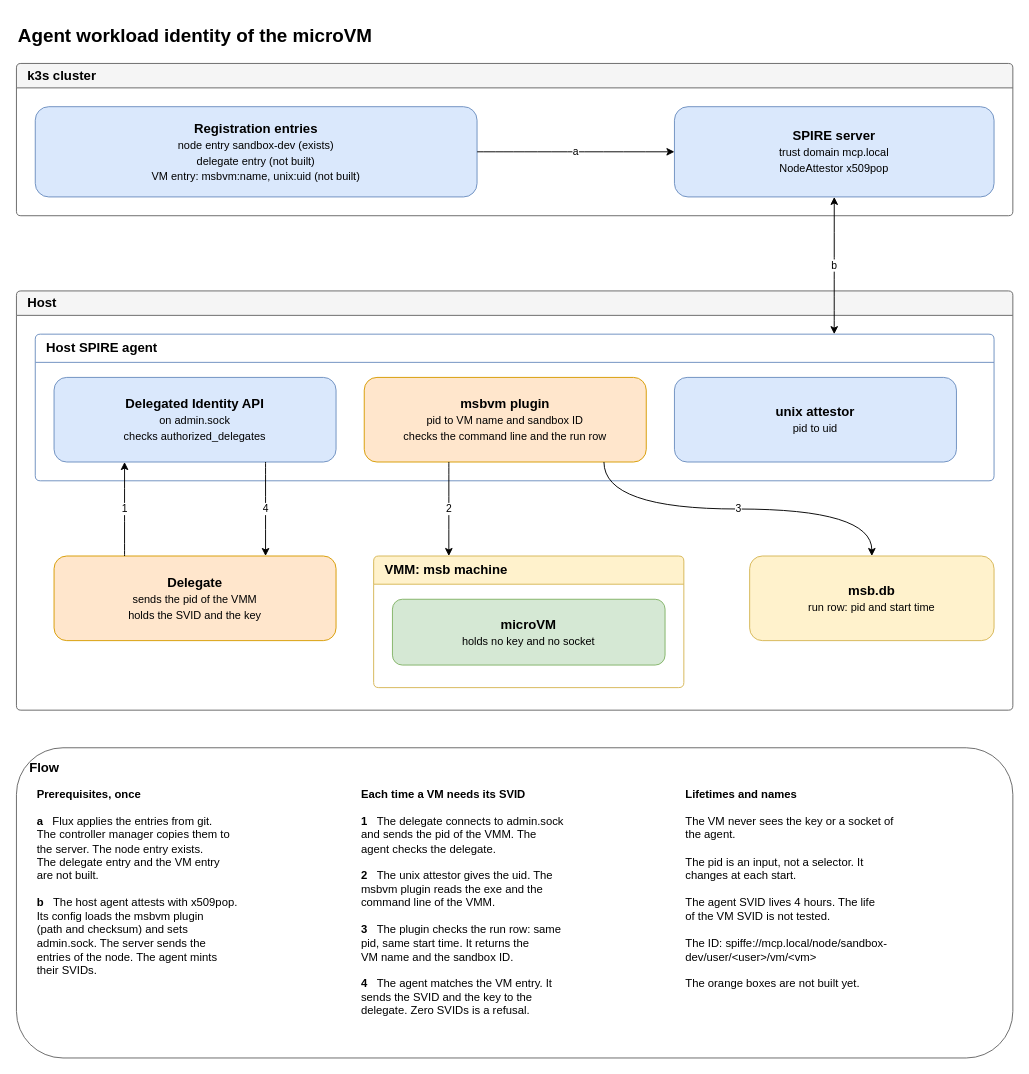
raghav19/engineersdaybook keeps this draw.io diagram as code/agent-workload-identity/docs/diagrams/agent-workload-identity.drawio. Above is the earlier version. Source tidied: cells renumbered, new cells numbered last; positions are measured from the earlier drawing's top-left corner, leaving out a move shared by most shapes. Both pictures are drawn from the tidied source at 94%, with x=0, y=0 at pixel (16, 16).
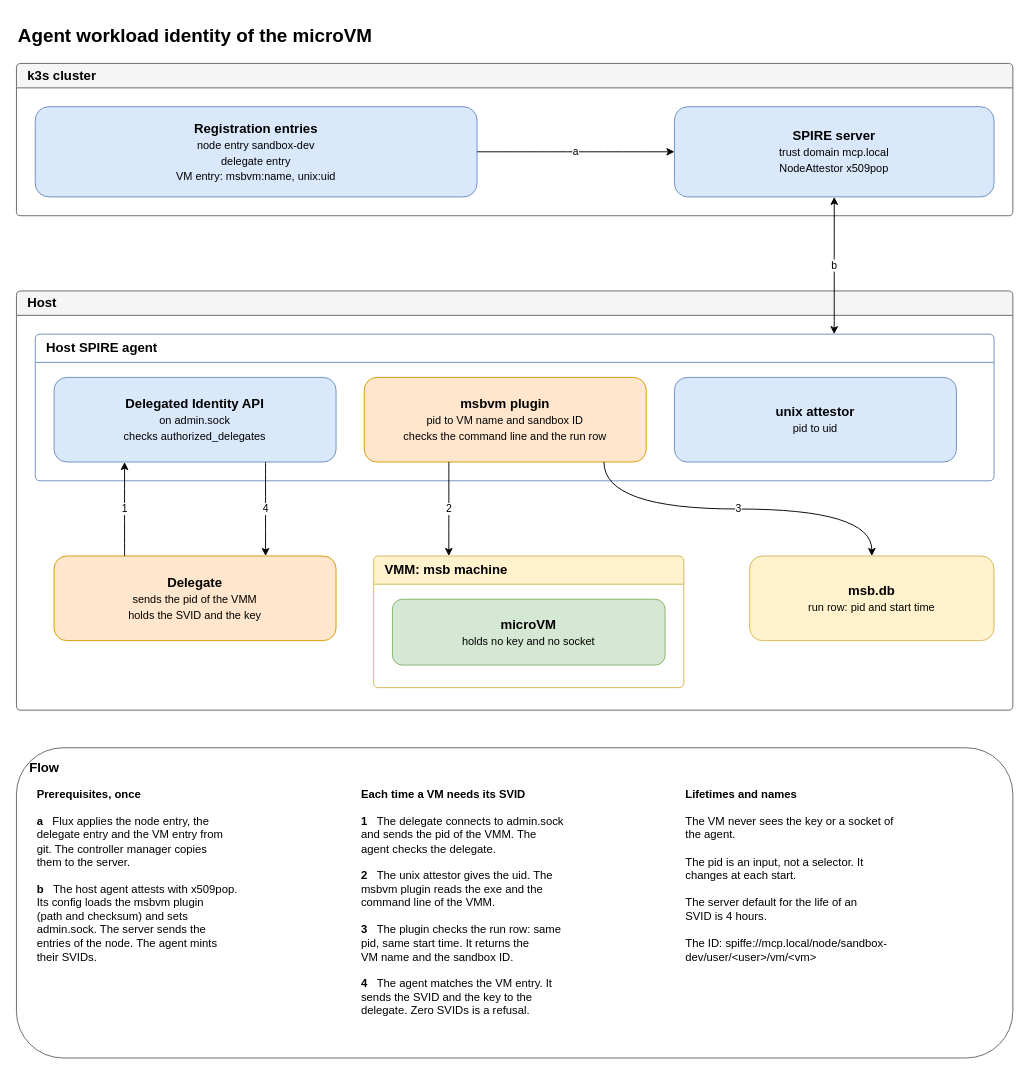
The same page after the edit.

Commit message (it also covers changes not shown here):
docs: show only the end state in the agent workload identity diagram

The change refers to these unchanged cells:
```xml
<mxCell id="3" value="k3s cluster" style="swimlane;rounded=1;arcSize=6;startSize=26;fillColor=#f5f5f5;strokeColor=#666666;fontSize=14;html=1;align=left;spacingLeft=10;" parent="1" vertex="1">
  <mxGeometry y="50" width="1060" height="162" as="geometry" />
</mxCell>
```

The edit, as a diff of the source:
```diff
@@
-    <mxCell id="4" value="&lt;b&gt;Registration entries&lt;/b&gt;&lt;br&gt;&lt;small&gt;node entry sandbox-dev (exists)&lt;/small&gt;&lt;br&gt;&lt;small&gt;delegate entry (not built)&lt;/small&gt;&lt;br&gt;&lt;small&gt;VM entry: msbvm:name, unix:uid (not built)&lt;/small&gt;" style="rounded=1;whiteSpace=wrap;html=1;fontSize=14;fillColor=#dae8fc;strokeColor=#6c8ebf;" parent="3" vertex="1">
+    <mxCell id="4" value="&lt;b&gt;Registration entries&lt;/b&gt;&lt;br&gt;&lt;small&gt;node entry sandbox-dev&lt;/small&gt;&lt;br&gt;&lt;small&gt;delegate entry&lt;/small&gt;&lt;br&gt;&lt;small&gt;VM entry: msbvm:name, unix:uid&lt;/small&gt;" style="rounded=1;whiteSpace=wrap;html=1;fontSize=14;fillColor=#dae8fc;strokeColor=#6c8ebf;" parent="3" vertex="1">
       <mxGeometry x="20" y="46" width="470" height="96" as="geometry" />
     </mxCell>
@@
-    <mxCell id="22" value="&lt;b&gt;Prerequisites, once&lt;/b&gt;&lt;br&gt;&lt;br&gt;&lt;b&gt;a&lt;/b&gt;&amp;nbsp;&amp;nbsp;&amp;nbsp;Flux applies the entries from git.&lt;br&gt;The controller manager copies them to&lt;br&gt;the server. The node entry exists.&lt;br&gt;The delegate entry and the VM entry&lt;br&gt;are not built.&lt;br&gt;&lt;br&gt;&lt;b&gt;b&lt;/b&gt;&amp;nbsp;&amp;nbsp;&amp;nbsp;The host agent attests with x509pop.&lt;br&gt;Its config loads the msbvm plugin&lt;br&gt;(path and checksum) and sets&lt;br&gt;admin.sock. The server sends the&lt;br&gt;entries of the node. The agent mints&lt;br&gt;their SVIDs.&lt;br&gt;&lt;br&gt;" style="text;html=1;whiteSpace=wrap;align=left;verticalAlign=top;fontSize=12;" parent="1" vertex="1">
+    <mxCell id="22" value="&lt;b&gt;Prerequisites, once&lt;/b&gt;&lt;br&gt;&lt;br&gt;&lt;b&gt;a&lt;/b&gt;&amp;nbsp;&amp;nbsp;&amp;nbsp;Flux applies the node entry, the&lt;br&gt;delegate entry and the VM entry from&lt;br&gt;git. The controller manager copies&lt;br&gt;them to the server.&lt;br&gt;&lt;br&gt;&lt;b&gt;b&lt;/b&gt;&amp;nbsp;&amp;nbsp;&amp;nbsp;The host agent attests with x509pop.&lt;br&gt;Its config loads the msbvm plugin&lt;br&gt;(path and checksum) and sets&lt;br&gt;admin.sock. The server sends the&lt;br&gt;entries of the node. The agent mints&lt;br&gt;their SVIDs.&lt;br&gt;&lt;br&gt;" style="text;html=1;whiteSpace=wrap;align=left;verticalAlign=top;fontSize=12;" parent="1" vertex="1">
       <mxGeometry x="20" y="814" width="320" height="284" as="geometry" />
     </mxCell>
@@
-    <mxCell id="24" value="&lt;b&gt;Lifetimes and names&lt;/b&gt;&lt;br&gt;&lt;br&gt;The VM never sees the key or a socket of&lt;br&gt;the agent.&lt;br&gt;&lt;br&gt;The pid is an input, not a selector. It&lt;br&gt;changes at each start.&lt;br&gt;&lt;br&gt;The agent SVID lives 4 hours. The life&lt;br&gt;of the VM SVID is not tested.&lt;br&gt;&lt;br&gt;The ID: spiffe://mcp.local/node/sandbox-&lt;br&gt;dev/user/&amp;lt;user&amp;gt;/vm/&amp;lt;vm&amp;gt;&lt;br&gt;&lt;br&gt;The orange boxes are not built yet.&lt;br&gt;&lt;br&gt;" style="text;html=1;whiteSpace=wrap;align=left;verticalAlign=top;fontSize=12;" parent="1" vertex="1">
+    <mxCell id="24" value="&lt;b&gt;Lifetimes and names&lt;/b&gt;&lt;br&gt;&lt;br&gt;The VM never sees the key or a socket of&lt;br&gt;the agent.&lt;br&gt;&lt;br&gt;The pid is an input, not a selector. It&lt;br&gt;changes at each start.&lt;br&gt;&lt;br&gt;The server default for the life of an&lt;br&gt;SVID is 4 hours.&lt;br&gt;&lt;br&gt;The ID: spiffe://mcp.local/node/sandbox-&lt;br&gt;dev/user/&amp;lt;user&amp;gt;/vm/&amp;lt;vm&amp;gt;&lt;br&gt;&lt;br&gt;" style="text;html=1;whiteSpace=wrap;align=left;verticalAlign=top;fontSize=12;" parent="1" vertex="1">
       <mxGeometry x="710" y="814" width="320" height="284" as="geometry" />
     </mxCell>
```
